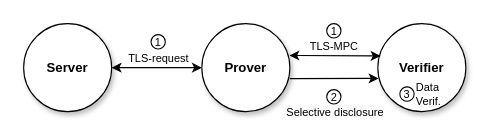
tlsnotary/docs-mdbook keeps this draw.io diagram as diagrams/overview4.drawio. Above is the earlier version. Source tidied: cells renumbered, new cells numbered last; positions are measured from the earlier drawing's top-left corner, leaving out a move shared by most shapes. Both pictures are drawn from the tidied source at 110%, with x=0, y=0 at pixel (23, 23).
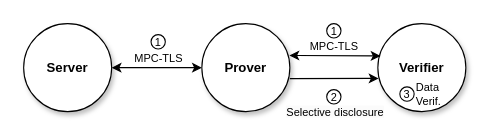
After the change.

Commit message (it also covers changes not shown here):
TLS-request -> MPC-TLS

Change to the diagram source:
```diff
@@
 <mxGraphModel>
   <root>
     <mxCell id="0" />
     <mxCell id="1" parent="0" />
     <mxCell id="2" value="Prover" style="ellipse;whiteSpace=wrap;html=1;shadow=1;fontStyle=1;" parent="1" vertex="1">
       <mxGeometry x="162" width="80" height="80" as="geometry" />
     </mxCell>
     <mxCell id="3" value="Server" style="ellipse;whiteSpace=wrap;html=1;shadow=1;fontStyle=1;" parent="1" vertex="1">
       <mxGeometry width="80" height="80" as="geometry" />
     </mxCell>
     <mxCell id="4" value="Verifier" style="ellipse;whiteSpace=wrap;html=1;shadow=1;fontStyle=1;" parent="1" vertex="1">
       <mxGeometry x="322" width="80" height="80" as="geometry" />
     </mxCell>
     <mxCell id="5" style="endArrow=classic;startArrow=classic;html=1;rounded=0;entryX=0;entryY=0.5;entryDx=0;entryDy=0;" parent="1" edge="1" source="3" target="2">
       <mxGeometry relative="1" as="geometry" />
     </mxCell>
-    <mxCell id="6" value="TLS-request" style="whiteSpace=wrap;html=1;fillColor=none;strokeColor=none;fontSize=10;" parent="1" vertex="1">
+    <mxCell id="6" value="MPC-TLS" style="whiteSpace=wrap;html=1;fillColor=none;strokeColor=none;fontSize=10;" parent="1" vertex="1">
       <mxGeometry x="88.5" y="26" width="67.5" height="10" as="geometry" />
     </mxCell>
     <mxCell id="7" style="endArrow=classic;html=1;rounded=0;startArrow=classic;startFill=1;entryX=0.031;entryY=0.367;entryDx=0;entryDy=0;entryPerimeter=0;exitX=0.995;exitY=0.361;exitDx=0;exitDy=0;exitPerimeter=0;" parent="1" edge="1" source="2" target="4">
       <mxGeometry relative="1" as="geometry" />
     </mxCell>
-    <mxCell id="8" value="TLS-MPC" style="edgeLabel;html=1;align=center;verticalAlign=middle;fontSize=10;" parent="7" vertex="1">
+    <mxCell id="8" value="MPC-TLS" style="edgeLabel;html=1;align=center;verticalAlign=middle;fontSize=10;" parent="7" vertex="1">
       <mxGeometry x="-0.51" relative="1" as="geometry">
         <mxPoint x="20" y="-9" as="offset" />
       </mxGeometry>
     </mxCell>
     <mxCell id="9" value="1" style="ellipse;whiteSpace=wrap;html=1;fontSize=10;" parent="1" vertex="1">
       <mxGeometry x="115.8" y="10" width="13" height="13" as="geometry" />
     </mxCell>
     <mxCell id="10" value="3" style="ellipse;whiteSpace=wrap;html=1;fontSize=10;" parent="1" vertex="1">
       <mxGeometry x="342" y="57.5" width="13" height="13" as="geometry" />
     </mxCell>
     <mxCell id="11" value="2" style="ellipse;whiteSpace=wrap;html=1;fontSize=10;" parent="1" vertex="1">
       <mxGeometry x="275.5" y="60" width="13" height="13" as="geometry" />
     </mxCell>
     <mxCell id="12" value="Data&lt;br style=&quot;font-size: 10px;&quot;&gt;Verif." style="rounded=1;whiteSpace=wrap;html=1;fillColor=none;strokeColor=none;fontSize=10;align=left;" parent="1" vertex="1">
       <mxGeometry x="355" y="44" width="30" height="40" as="geometry" />
     </mxCell>
     <mxCell id="13" style="endArrow=classic;html=1;exitX=1;exitY=0.5;exitDx=0;exitDy=0;entryX=0.008;entryY=0.622;entryDx=0;entryDy=0;entryPerimeter=0;" parent="1" edge="1" target="4">
       <mxGeometry relative="1" as="geometry">
         <mxPoint x="242" y="50" as="sourcePoint" />
       </mxGeometry>
     </mxCell>
     <mxCell id="14" value="&lt;span style=&quot;font-size: 10px; background-color: rgb(251, 251, 251);&quot;&gt;Selective d&lt;/span&gt;&lt;span style=&quot;font-size: 10px; background-color: rgb(251, 251, 251);&quot;&gt;isclosure&lt;/span&gt;" style="edgeLabel;html=1;align=center;verticalAlign=middle;fontSize=10;" parent="13" vertex="1">
       <mxGeometry x="-0.26" y="-1" relative="1" as="geometry">
         <mxPoint x="10" y="29" as="offset" />
       </mxGeometry>
     </mxCell>
     <mxCell id="15" value="1" style="ellipse;whiteSpace=wrap;html=1;fontSize=10;" parent="1" vertex="1">
       <mxGeometry x="275.5" width="13" height="13" as="geometry" />
     </mxCell>
   </root>
 </mxGraphModel>
```
